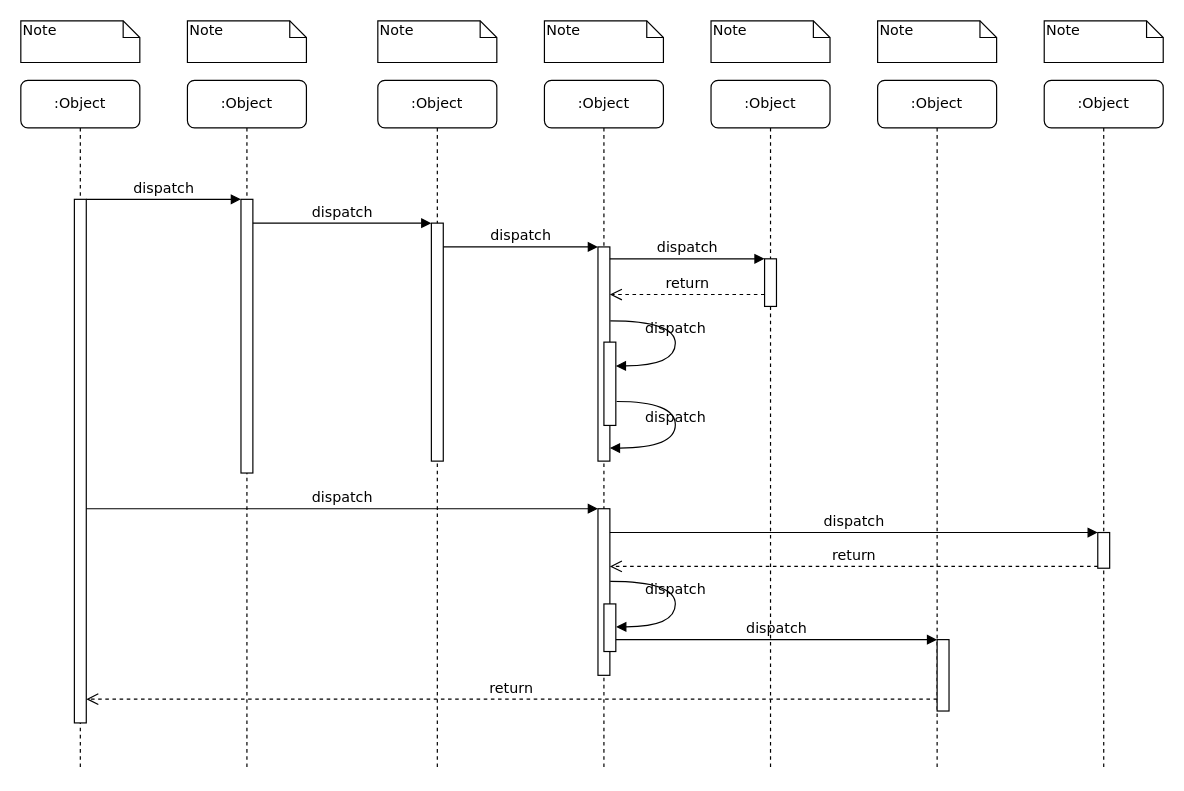
The draw.io diagram network/qc-drug流程图.drawio in xiaobaiTech/image, before the edit. Source tidied: cells renumbered, new cells numbered last; positions are measured from the earlier drawing's top-left corner, leaving out a move shared by most shapes. Both pictures are drawn from the tidied source at 119%, with x=0, y=0 at pixel (20, 20).
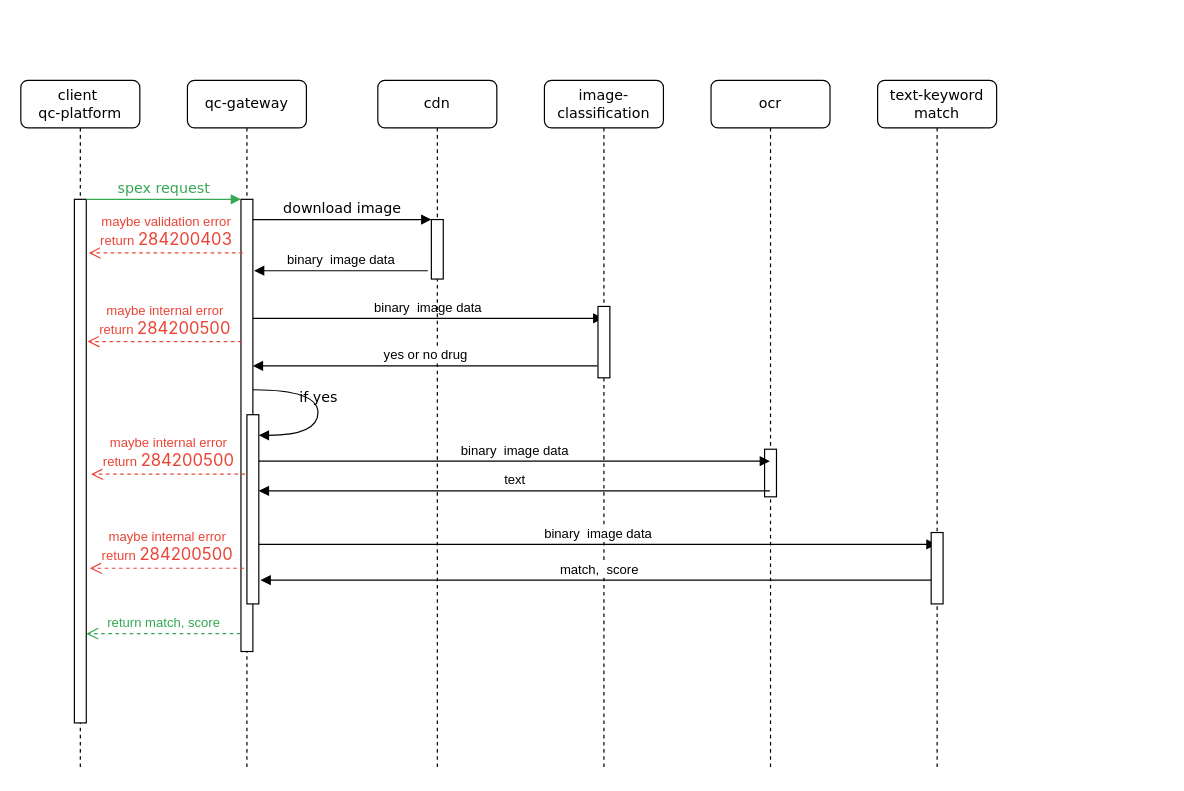
After the change.

The change refers to these unchanged cells:
```xml
<mxCell id="11" style="html=1;points=[];perimeter=orthogonalPerimeter;rounded=0;shadow=0;comic=0;labelBackgroundColor=none;strokeWidth=1;fontFamily=Verdana;fontSize=12;align=center;" parent="10" vertex="1">
  <mxGeometry x="45" y="100" width="10" height="440" as="geometry" />
</mxCell>
```

The edit, as a diff of the source:
```diff
@@
-    <mxCell id="2" value=":Object" style="shape=umlLifeline;perimeter=lifelinePerimeter;whiteSpace=wrap;html=1;rounded=1;shadow=0;comic=0;labelBackgroundColor=none;strokeWidth=1;fontFamily=Verdana;fontSize=12;align=center;" parent="1" vertex="1">
+    <mxCell id="2" value="qc-gateway" style="shape=umlLifeline;perimeter=lifelinePerimeter;whiteSpace=wrap;html=1;rounded=1;shadow=0;comic=0;labelBackgroundColor=none;strokeWidth=1;fontFamily=Verdana;fontSize=12;align=center;" parent="1" vertex="1">
       <mxGeometry x="140" y="50" width="100" height="580" as="geometry" />
     </mxCell>
     <mxCell id="3" style="html=1;points=[];perimeter=orthogonalPerimeter;rounded=0;shadow=0;comic=0;labelBackgroundColor=none;strokeWidth=1;fontFamily=Verdana;fontSize=12;align=center;" parent="2" vertex="1">
-      <mxGeometry x="45" y="100" width="10" height="230" as="geometry" />
+      <mxGeometry x="45" y="100" width="10" height="380" as="geometry" />
     </mxCell>
+    <mxCell id="39" value="&lt;span style=&quot;font-family: Helvetica; font-size: 11px; background-color: rgb(255, 255, 255);&quot;&gt;binary&amp;nbsp; image data&lt;/span&gt;" style="html=1;verticalAlign=bottom;endArrow=block;labelBackgroundColor=none;fontFamily=Verdana;fontSize=12;edgeStyle=elbowEdgeStyle;elbow=vertical;" parent="2" edge="1" target="6">
+      <mxGeometry relative="1" as="geometry">
+        <mxPoint x="55" y="200" as="sourcePoint" />
+      </mxGeometry>
+    </mxCell>
+    <mxCell id="40" style="html=1;perimeter=orthogonalPerimeter;rounded=0;shadow=0;comic=0;labelBackgroundColor=none;strokeWidth=1;fontFamily=Verdana;fontSize=12;align=center;" parent="2" vertex="1">
+      <mxGeometry x="50" y="281" width="10" height="159" as="geometry" />
+    </mxCell>
-    <mxCell id="4" value=":Object" style="shape=umlLifeline;perimeter=lifelinePerimeter;whiteSpace=wrap;html=1;rounded=1;shadow=0;comic=0;labelBackgroundColor=none;strokeWidth=1;fontFamily=Verdana;fontSize=12;align=center;" parent="1" vertex="1">
+    <mxCell id="4" value="cdn" style="shape=umlLifeline;perimeter=lifelinePerimeter;whiteSpace=wrap;html=1;rounded=1;shadow=0;comic=0;labelBackgroundColor=none;strokeWidth=1;fontFamily=Verdana;fontSize=12;align=center;" parent="1" vertex="1">
       <mxGeometry x="300" y="50" width="100" height="580" as="geometry" />
     </mxCell>
     <mxCell id="5" style="html=1;points=[];perimeter=orthogonalPerimeter;rounded=0;shadow=0;comic=0;labelBackgroundColor=none;strokeWidth=1;fontFamily=Verdana;fontSize=12;align=center;" parent="4" vertex="1">
-      <mxGeometry x="45" y="120" width="10" height="200" as="geometry" />
+      <mxGeometry x="45" y="117" width="10" height="50" as="geometry" />
     </mxCell>
-    <mxCell id="6" value=":Object" style="shape=umlLifeline;perimeter=lifelinePerimeter;whiteSpace=wrap;html=1;outlineConnect=0;rounded=1;shadow=0;comic=0;labelBackgroundColor=none;strokeWidth=1;fontFamily=Verdana;fontSize=12;align=center;" parent="1" vertex="1">
+    <mxCell id="6" value="image-classification" style="shape=umlLifeline;perimeter=lifelinePerimeter;whiteSpace=wrap;html=1;outlineConnect=0;rounded=1;shadow=0;comic=0;labelBackgroundColor=none;strokeWidth=1;fontFamily=Verdana;fontSize=12;align=center;" parent="1" vertex="1">
       <mxGeometry x="440" y="50" width="100" height="580" as="geometry" />
     </mxCell>
+    <mxCell id="41" value="&lt;span style=&quot;font-family: Helvetica; font-size: 11px; background-color: rgb(255, 255, 255);&quot;&gt;binary&amp;nbsp; image data&lt;/span&gt;" style="html=1;verticalAlign=bottom;endArrow=block;labelBackgroundColor=none;fontFamily=Verdana;fontSize=12;edgeStyle=elbowEdgeStyle;elbow=vertical;" parent="6" edge="1" target="8">
+      <mxGeometry relative="1" as="geometry">
+        <mxPoint x="-240" y="390" as="sourcePoint" />
+      </mxGeometry>
+    </mxCell>
+    <mxCell id="42" value="match,&amp;nbsp; score" style="html=1;verticalAlign=bottom;endArrow=block;rounded=0;" parent="6" edge="1" source="8">
+      <mxGeometry relative="1" as="geometry">
+        <mxPoint x="-238.5" y="420" as="targetPoint" />
+      </mxGeometry>
+    </mxCell>
-    <mxCell id="7" value=":Object" style="shape=umlLifeline;perimeter=lifelinePerimeter;whiteSpace=wrap;html=1;outlineConnect=0;rounded=1;shadow=0;comic=0;labelBackgroundColor=none;strokeWidth=1;fontFamily=Verdana;fontSize=12;align=center;" parent="1" vertex="1">
+    <mxCell id="7" value="ocr" style="shape=umlLifeline;perimeter=lifelinePerimeter;whiteSpace=wrap;html=1;outlineConnect=0;rounded=1;shadow=0;comic=0;labelBackgroundColor=none;strokeWidth=1;fontFamily=Verdana;fontSize=12;align=center;" parent="1" vertex="1">
       <mxGeometry x="580" y="50" width="100" height="580" as="geometry" />
     </mxCell>
+    <mxCell id="12" style="html=1;points=[];perimeter=orthogonalPerimeter;rounded=0;shadow=0;comic=0;labelBackgroundColor=none;strokeWidth=1;fontFamily=Verdana;fontSize=12;align=center;" parent="7" vertex="1">
+      <mxGeometry x="-95" y="190" width="10" height="60" as="geometry" />
+    </mxCell>
+    <mxCell id="30" style="html=1;points=[];perimeter=orthogonalPerimeter;rounded=0;shadow=0;comic=0;labelBackgroundColor=none;strokeWidth=1;fontFamily=Verdana;fontSize=12;align=center;" parent="7" vertex="1">
+      <mxGeometry x="45" y="310" width="10" height="40" as="geometry" />
+    </mxCell>
-    <mxCell id="8" value=":Object" style="shape=umlLifeline;perimeter=lifelinePerimeter;whiteSpace=wrap;html=1;outlineConnect=0;rounded=1;shadow=0;comic=0;labelBackgroundColor=none;strokeWidth=1;fontFamily=Verdana;fontSize=12;align=center;" parent="1" vertex="1">
+    <mxCell id="8" value="text-keyword match" style="shape=umlLifeline;perimeter=lifelinePerimeter;whiteSpace=wrap;html=1;outlineConnect=0;rounded=1;shadow=0;comic=0;labelBackgroundColor=none;strokeWidth=1;fontFamily=Verdana;fontSize=12;align=center;" parent="1" vertex="1">
       <mxGeometry x="720" y="50" width="100" height="580" as="geometry" />
     </mxCell>
-    <mxCell id="9" value=":Object" style="shape=umlLifeline;perimeter=lifelinePerimeter;whiteSpace=wrap;html=1;rounded=1;shadow=0;comic=0;labelBackgroundColor=none;strokeWidth=1;fontFamily=Verdana;fontSize=12;align=center;" parent="1" vertex="1">
-      <mxGeometry x="860" y="50" width="100" height="580" as="geometry" />
-    </mxCell>
+    <mxCell id="22" style="html=1;points=[];perimeter=orthogonalPerimeter;rounded=0;shadow=0;comic=0;labelBackgroundColor=none;strokeWidth=1;fontFamily=Verdana;fontSize=12;align=center;" parent="8" vertex="1">
+      <mxGeometry x="45" y="380" width="10" height="60" as="geometry" />
+    </mxCell>
-    <mxCell id="10" value=":Object" style="shape=umlLifeline;perimeter=lifelinePerimeter;whiteSpace=wrap;html=1;rounded=1;shadow=0;comic=0;labelBackgroundColor=none;strokeWidth=1;fontFamily=Verdana;fontSize=12;align=center;" parent="1" vertex="1">
+    <mxCell id="10" value="client&amp;nbsp;&lt;br&gt;qc-platform" style="shape=umlLifeline;perimeter=lifelinePerimeter;whiteSpace=wrap;html=1;rounded=1;shadow=0;comic=0;labelBackgroundColor=none;strokeWidth=1;fontFamily=Verdana;fontSize=12;align=center;" parent="1" vertex="1">
       <mxGeometry y="50" width="100" height="580" as="geometry" />
     </mxCell>
@@
-    <mxCell id="12" style="html=1;points=[];perimeter=orthogonalPerimeter;rounded=0;shadow=0;comic=0;labelBackgroundColor=none;strokeWidth=1;fontFamily=Verdana;fontSize=12;align=center;" parent="1" vertex="1">
-      <mxGeometry x="485" y="190" width="10" height="180" as="geometry" />
-    </mxCell>
-    <mxCell id="13" value="dispatch" style="html=1;verticalAlign=bottom;endArrow=block;labelBackgroundColor=none;fontFamily=Verdana;fontSize=12;edgeStyle=elbowEdgeStyle;elbow=vertical;" parent="1" edge="1" source="5" target="12">
-      <mxGeometry relative="1" as="geometry">
-        <Array as="points">
-          <mxPoint x="360" y="190" />
-        </Array>
-      </mxGeometry>
-    </mxCell>
-    <mxCell id="14" style="html=1;points=[];perimeter=orthogonalPerimeter;rounded=0;shadow=0;comic=0;labelBackgroundColor=none;strokeWidth=1;fontFamily=Verdana;fontSize=12;align=center;" parent="1" vertex="1">
-      <mxGeometry x="625" y="200" width="10" height="40" as="geometry" />
-    </mxCell>
-    <mxCell id="15" value="dispatch" style="html=1;verticalAlign=bottom;endArrow=block;entryX=0;entryY=0;labelBackgroundColor=none;fontFamily=Verdana;fontSize=12;edgeStyle=elbowEdgeStyle;elbow=vertical;" parent="1" edge="1" source="12" target="14">
-      <mxGeometry relative="1" as="geometry" />
-    </mxCell>
-    <mxCell id="16" value="return" style="html=1;verticalAlign=bottom;endArrow=open;dashed=1;endSize=8;labelBackgroundColor=none;fontFamily=Verdana;fontSize=12;edgeStyle=elbowEdgeStyle;elbow=vertical;" parent="1" edge="1" source="14" target="12">
-      <mxGeometry relative="1" as="geometry">
-        <Array as="points">
-          <mxPoint x="570" y="230" />
-          <mxPoint x="600" y="230" />
-        </Array>
-      </mxGeometry>
-    </mxCell>
-    <mxCell id="17" style="html=1;points=[];perimeter=orthogonalPerimeter;rounded=0;shadow=0;comic=0;labelBackgroundColor=none;strokeWidth=1;fontFamily=Verdana;fontSize=12;align=center;" parent="1" vertex="1">
-      <mxGeometry x="485" y="410" width="10" height="140" as="geometry" />
-    </mxCell>
-    <mxCell id="18" value="dispatch" style="html=1;verticalAlign=bottom;endArrow=block;entryX=0;entryY=0;labelBackgroundColor=none;fontFamily=Verdana;fontSize=12;" parent="1" edge="1" source="11" target="17">
-      <mxGeometry relative="1" as="geometry" />
-    </mxCell>
-    <mxCell id="19" style="html=1;points=[];perimeter=orthogonalPerimeter;rounded=0;shadow=0;comic=0;labelBackgroundColor=none;strokeColor=#000000;strokeWidth=1;fillColor=#FFFFFF;fontFamily=Verdana;fontSize=12;fontColor=#000000;align=center;" parent="1" vertex="1">
-      <mxGeometry x="905" y="430" width="10" height="30" as="geometry" />
-    </mxCell>
-    <mxCell id="20" value="dispatch" style="html=1;verticalAlign=bottom;endArrow=block;entryX=0;entryY=0;labelBackgroundColor=none;fontFamily=Verdana;fontSize=12;" parent="1" edge="1" source="17" target="19">
-      <mxGeometry relative="1" as="geometry" />
-    </mxCell>
-    <mxCell id="21" value="return" style="html=1;verticalAlign=bottom;endArrow=open;dashed=1;endSize=8;exitX=0;exitY=0.95;labelBackgroundColor=none;fontFamily=Verdana;fontSize=12;" parent="1" edge="1" source="19" target="17">
-      <mxGeometry relative="1" as="geometry" />
-    </mxCell>
-    <mxCell id="22" style="html=1;points=[];perimeter=orthogonalPerimeter;rounded=0;shadow=0;comic=0;labelBackgroundColor=none;strokeWidth=1;fontFamily=Verdana;fontSize=12;align=center;" parent="1" vertex="1">
-      <mxGeometry x="770" y="520" width="10" height="60" as="geometry" />
-    </mxCell>
-    <mxCell id="23" value="dispatch" style="html=1;verticalAlign=bottom;endArrow=block;entryX=0;entryY=0;labelBackgroundColor=none;fontFamily=Verdana;fontSize=12;edgeStyle=elbowEdgeStyle;elbow=vertical;" parent="1" edge="1" source="30" target="22">
-      <mxGeometry relative="1" as="geometry" />
-    </mxCell>
-    <mxCell id="24" value="return" style="html=1;verticalAlign=bottom;endArrow=open;dashed=1;endSize=8;labelBackgroundColor=none;fontFamily=Verdana;fontSize=12;edgeStyle=elbowEdgeStyle;elbow=vertical;" parent="1" edge="1" source="22" target="11">
-      <mxGeometry relative="1" as="geometry">
-        <Array as="points">
-          <mxPoint x="470" y="570" />
-        </Array>
-      </mxGeometry>
-    </mxCell>
+    <mxCell id="43" value="&lt;font color=&quot;#ea4435&quot;&gt;maybe internal error&lt;br&gt;return&amp;nbsp;&lt;span style=&quot;font-family: -apple-system, &amp;quot;system-ui&amp;quot;, &amp;quot;Segoe UI&amp;quot;, Roboto, Oxygen, Ubuntu, &amp;quot;Fira Sans&amp;quot;, &amp;quot;Droid Sans&amp;quot;, &amp;quot;Helvetica Neue&amp;quot;, sans-serif; font-size: 14px; text-align: left;&quot;&gt;284200500&lt;/span&gt;&lt;/font&gt;" style="html=1;verticalAlign=bottom;endArrow=open;dashed=1;endSize=8;rounded=0;strokeColor=#EA4435;" parent="10" edge="1">
+      <mxGeometry relative="1" as="geometry">
+        <mxPoint x="185.5" y="219.5" as="sourcePoint" />
+        <mxPoint x="56" y="219.5" as="targetPoint" />
+      </mxGeometry>
+    </mxCell>
+    <mxCell id="44" value="&lt;span style=&quot;color: rgb(234, 68, 53);&quot;&gt;maybe internal error&lt;/span&gt;&lt;br style=&quot;color: rgb(234, 68, 53);&quot;&gt;&lt;span style=&quot;color: rgb(234, 68, 53);&quot;&gt;return&amp;nbsp;&lt;/span&gt;&lt;span style=&quot;color: rgb(234, 68, 53); font-family: -apple-system, &amp;quot;system-ui&amp;quot;, &amp;quot;Segoe UI&amp;quot;, Roboto, Oxygen, Ubuntu, &amp;quot;Fira Sans&amp;quot;, &amp;quot;Droid Sans&amp;quot;, &amp;quot;Helvetica Neue&amp;quot;, sans-serif; font-size: 14px; text-align: left;&quot;&gt;284200500&lt;/span&gt;" style="html=1;verticalAlign=bottom;endArrow=open;dashed=1;endSize=8;rounded=0;strokeColor=#EA4435;" parent="10" edge="1">
+      <mxGeometry relative="1" as="geometry">
+        <mxPoint x="188.5" y="331" as="sourcePoint" />
+        <mxPoint x="59" y="331" as="targetPoint" />
+      </mxGeometry>
+    </mxCell>
+    <mxCell id="45" value="&lt;span style=&quot;color: rgb(234, 68, 53);&quot;&gt;maybe internal error&lt;/span&gt;&lt;br style=&quot;color: rgb(234, 68, 53);&quot;&gt;&lt;span style=&quot;color: rgb(234, 68, 53);&quot;&gt;return&amp;nbsp;&lt;/span&gt;&lt;span style=&quot;color: rgb(234, 68, 53); font-family: -apple-system, &amp;quot;system-ui&amp;quot;, &amp;quot;Segoe UI&amp;quot;, Roboto, Oxygen, Ubuntu, &amp;quot;Fira Sans&amp;quot;, &amp;quot;Droid Sans&amp;quot;, &amp;quot;Helvetica Neue&amp;quot;, sans-serif; font-size: 14px; text-align: left;&quot;&gt;284200500&lt;/span&gt;" style="html=1;verticalAlign=bottom;endArrow=open;dashed=1;endSize=8;rounded=0;strokeColor=#EA4435;" parent="10" edge="1">
+      <mxGeometry relative="1" as="geometry">
+        <mxPoint x="187.5" y="410" as="sourcePoint" />
+        <mxPoint x="58" y="410" as="targetPoint" />
+      </mxGeometry>
+    </mxCell>
+    <mxCell id="46" value="&lt;font color=&quot;#34a853&quot;&gt;return match, score&lt;/font&gt;" style="html=1;verticalAlign=bottom;endArrow=open;dashed=1;endSize=8;rounded=0;strokeColor=#34A853;" parent="10" edge="1">
+      <mxGeometry relative="1" as="geometry">
+        <mxPoint x="184.5" y="465" as="sourcePoint" />
+        <mxPoint x="55" y="465" as="targetPoint" />
+      </mxGeometry>
+    </mxCell>
-    <mxCell id="25" value="dispatch" style="html=1;verticalAlign=bottom;endArrow=block;entryX=0;entryY=0;labelBackgroundColor=none;fontFamily=Verdana;fontSize=12;edgeStyle=elbowEdgeStyle;elbow=vertical;" parent="1" edge="1" source="11" target="3">
+    <mxCell id="25" value="&lt;font color=&quot;#34a853&quot;&gt;spex request&lt;/font&gt;" style="html=1;verticalAlign=bottom;endArrow=block;entryX=0;entryY=0;labelBackgroundColor=none;fontFamily=Verdana;fontSize=12;edgeStyle=elbowEdgeStyle;elbow=vertical;strokeColor=#34A853;" parent="1" edge="1" source="11" target="3">
       <mxGeometry relative="1" as="geometry" />
     </mxCell>
-    <mxCell id="26" value="dispatch" style="html=1;verticalAlign=bottom;endArrow=block;entryX=0;entryY=0;labelBackgroundColor=none;fontFamily=Verdana;fontSize=12;edgeStyle=elbowEdgeStyle;elbow=vertical;" parent="1" edge="1" source="3" target="5">
+    <mxCell id="26" value="download image" style="html=1;verticalAlign=bottom;endArrow=block;entryX=0;entryY=0;labelBackgroundColor=none;fontFamily=Verdana;fontSize=12;edgeStyle=elbowEdgeStyle;elbow=vertical;" parent="1" edge="1" source="3" target="5">
       <mxGeometry relative="1" as="geometry" />
     </mxCell>
-    <mxCell id="27" style="html=1;points=[];perimeter=orthogonalPerimeter;rounded=0;shadow=0;comic=0;labelBackgroundColor=none;strokeWidth=1;fontFamily=Verdana;fontSize=12;align=center;" parent="1" vertex="1">
-      <mxGeometry x="490" y="270" width="10" height="70" as="geometry" />
-    </mxCell>
-    <mxCell id="28" value="dispatch" style="html=1;verticalAlign=bottom;endArrow=block;labelBackgroundColor=none;fontFamily=Verdana;fontSize=12;elbow=vertical;edgeStyle=orthogonalEdgeStyle;curved=1;entryX=1;entryY=0.286;entryPerimeter=0;exitX=1.038;exitY=0.345;exitPerimeter=0;" parent="1" edge="1" source="12" target="27">
-      <mxGeometry relative="1" as="geometry">
-        <Array as="points">
-          <mxPoint x="550" y="252" />
-          <mxPoint x="550" y="290" />
-        </Array>
-      </mxGeometry>
-    </mxCell>
-    <mxCell id="29" value="dispatch" style="html=1;verticalAlign=bottom;endArrow=block;labelBackgroundColor=none;fontFamily=Verdana;fontSize=12;elbow=vertical;edgeStyle=orthogonalEdgeStyle;curved=1;exitX=1.066;exitY=0.713;exitPerimeter=0;" parent="1" edge="1" source="27">
-      <mxGeometry relative="1" as="geometry">
-        <mxPoint x="495" y="359" as="targetPoint" />
-        <Array as="points">
-          <mxPoint x="550" y="320" />
-          <mxPoint x="550" y="359" />
-        </Array>
-      </mxGeometry>
-    </mxCell>
-    <mxCell id="30" style="html=1;points=[];perimeter=orthogonalPerimeter;rounded=0;shadow=0;comic=0;labelBackgroundColor=none;strokeWidth=1;fontFamily=Verdana;fontSize=12;align=center;" parent="1" vertex="1">
-      <mxGeometry x="490" y="490" width="10" height="40" as="geometry" />
-    </mxCell>
-    <mxCell id="31" value="dispatch" style="html=1;verticalAlign=bottom;endArrow=block;labelBackgroundColor=none;fontFamily=Verdana;fontSize=12;elbow=vertical;edgeStyle=orthogonalEdgeStyle;curved=1;entryX=1;entryY=0.286;entryPerimeter=0;exitX=1.038;exitY=0.345;exitPerimeter=0;" parent="1" edge="1">
-      <mxGeometry relative="1" as="geometry">
-        <mxPoint x="495.3" y="471" as="sourcePoint" />
-        <mxPoint x="500.3" y="509.3" as="targetPoint" />
-        <Array as="points">
-          <mxPoint x="550" y="471" />
-          <mxPoint x="550" y="509" />
-        </Array>
-      </mxGeometry>
-    </mxCell>
-    <mxCell id="32" value="Note" style="shape=note;whiteSpace=wrap;html=1;size=14;verticalAlign=top;align=left;spacingTop=-6;rounded=0;shadow=0;comic=0;labelBackgroundColor=none;strokeWidth=1;fontFamily=Verdana;fontSize=12;" parent="1" vertex="1">
-      <mxGeometry width="100" height="35" as="geometry" />
-    </mxCell>
-    <mxCell id="33" value="Note" style="shape=note;whiteSpace=wrap;html=1;size=14;verticalAlign=top;align=left;spacingTop=-6;rounded=0;shadow=0;comic=0;labelBackgroundColor=none;strokeWidth=1;fontFamily=Verdana;fontSize=12;" parent="1" vertex="1">
-      <mxGeometry x="140" width="100" height="35" as="geometry" />
-    </mxCell>
-    <mxCell id="34" value="Note" style="shape=note;whiteSpace=wrap;html=1;size=14;verticalAlign=top;align=left;spacingTop=-6;rounded=0;shadow=0;comic=0;labelBackgroundColor=none;strokeWidth=1;fontFamily=Verdana;fontSize=12;" parent="1" vertex="1">
-      <mxGeometry x="300" width="100" height="35" as="geometry" />
-    </mxCell>
-    <mxCell id="35" value="Note" style="shape=note;whiteSpace=wrap;html=1;size=14;verticalAlign=top;align=left;spacingTop=-6;rounded=0;shadow=0;comic=0;labelBackgroundColor=none;strokeWidth=1;fontFamily=Verdana;fontSize=12;" parent="1" vertex="1">
-      <mxGeometry x="440" width="100" height="35" as="geometry" />
-    </mxCell>
-    <mxCell id="36" value="Note" style="shape=note;whiteSpace=wrap;html=1;size=14;verticalAlign=top;align=left;spacingTop=-6;rounded=0;shadow=0;comic=0;labelBackgroundColor=none;strokeWidth=1;fontFamily=Verdana;fontSize=12;" parent="1" vertex="1">
-      <mxGeometry x="580" width="100" height="35" as="geometry" />
-    </mxCell>
-    <mxCell id="37" value="Note" style="shape=note;whiteSpace=wrap;html=1;size=14;verticalAlign=top;align=left;spacingTop=-6;rounded=0;shadow=0;comic=0;labelBackgroundColor=none;strokeWidth=1;fontFamily=Verdana;fontSize=12;" parent="1" vertex="1">
-      <mxGeometry x="720" width="100" height="35" as="geometry" />
-    </mxCell>
-    <mxCell id="38" value="Note" style="shape=note;whiteSpace=wrap;html=1;size=14;verticalAlign=top;align=left;spacingTop=-6;rounded=0;shadow=0;comic=0;labelBackgroundColor=none;strokeWidth=1;fontFamily=Verdana;fontSize=12;" parent="1" vertex="1">
-      <mxGeometry x="860" width="100" height="35" as="geometry" />
-    </mxCell>
+    <mxCell id="47" value="binary&amp;nbsp; image data" style="html=1;verticalAlign=bottom;endArrow=block;rounded=0;" parent="1" edge="1">
+      <mxGeometry relative="1" as="geometry">
+        <mxPoint x="342" y="210" as="sourcePoint" />
+        <mxPoint x="196" y="210" as="targetPoint" />
+      </mxGeometry>
+    </mxCell>
+    <mxCell id="48" value="&lt;font color=&quot;#ea4435&quot;&gt;maybe validation error&lt;br&gt;return&amp;nbsp;&lt;/font&gt;&lt;span style=&quot;font-family: -apple-system, &amp;quot;system-ui&amp;quot;, &amp;quot;Segoe UI&amp;quot;, Roboto, Oxygen, Ubuntu, &amp;quot;Fira Sans&amp;quot;, &amp;quot;Droid Sans&amp;quot;, &amp;quot;Helvetica Neue&amp;quot;, sans-serif; font-size: 14px; text-align: left;&quot;&gt;&lt;font color=&quot;#ea4435&quot;&gt;284200403&lt;/font&gt;&lt;/span&gt;" style="html=1;verticalAlign=bottom;endArrow=open;dashed=1;endSize=8;rounded=0;strokeColor=#EA4435;" parent="1" edge="1">
+      <mxGeometry relative="1" as="geometry">
+        <mxPoint x="186.5" y="195" as="sourcePoint" />
+        <mxPoint x="57" y="195" as="targetPoint" />
+      </mxGeometry>
+    </mxCell>
+    <mxCell id="49" value="yes or no drug" style="html=1;verticalAlign=bottom;endArrow=block;rounded=0;" parent="1" edge="1">
+      <mxGeometry relative="1" as="geometry">
+        <mxPoint x="484.5" y="290" as="sourcePoint" />
+        <mxPoint x="195" y="290" as="targetPoint" />
+      </mxGeometry>
+    </mxCell>
+    <mxCell id="50" value="if yes" style="html=1;verticalAlign=bottom;endArrow=block;labelBackgroundColor=none;fontFamily=Verdana;fontSize=12;elbow=vertical;edgeStyle=orthogonalEdgeStyle;curved=1;entryX=1;entryY=0.286;entryPerimeter=0;exitX=1.038;exitY=0.345;exitPerimeter=0;" parent="1" edge="1">
+      <mxGeometry relative="1" as="geometry">
+        <mxPoint x="195" y="310" as="sourcePoint" />
+        <mxPoint x="200" y="348.3" as="targetPoint" />
+        <Array as="points">
+          <mxPoint x="249.7" y="310" />
+          <mxPoint x="249.7" y="348" />
+        </Array>
+      </mxGeometry>
+    </mxCell>
+    <mxCell id="51" value="&lt;span style=&quot;font-family: Helvetica; font-size: 11px; background-color: rgb(255, 255, 255);&quot;&gt;binary&amp;nbsp; image data&lt;/span&gt;" style="html=1;verticalAlign=bottom;endArrow=block;labelBackgroundColor=none;fontFamily=Verdana;fontSize=12;edgeStyle=elbowEdgeStyle;elbow=vertical;" parent="1" edge="1" target="7">
+      <mxGeometry relative="1" as="geometry">
+        <mxPoint x="200" y="370" as="sourcePoint" />
+      </mxGeometry>
+    </mxCell>
+    <mxCell id="52" value="text" style="html=1;verticalAlign=bottom;endArrow=block;rounded=0;" parent="1" edge="1" source="7">
+      <mxGeometry relative="1" as="geometry">
+        <mxPoint x="200" y="395" as="targetPoint" />
+      </mxGeometry>
+    </mxCell>
```
